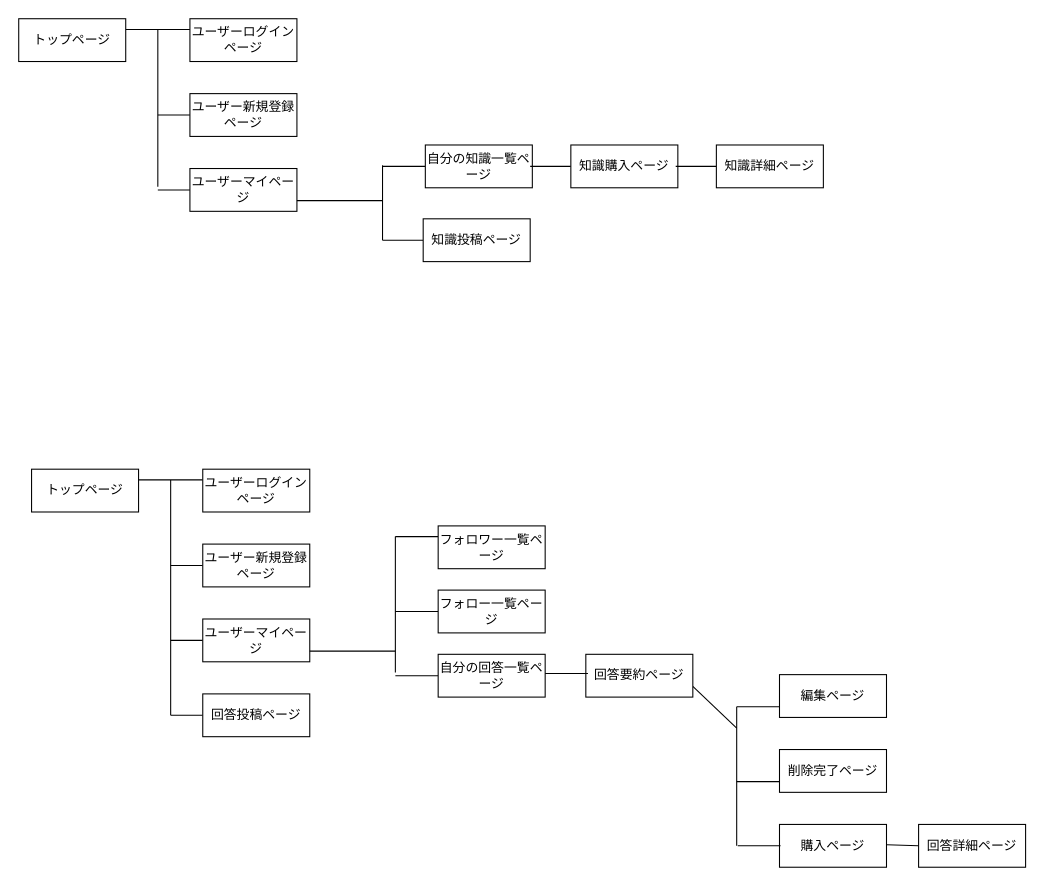
The draw.io diagram 画面遷移図.dio in kiyotech/originalapp38804, before the edit. Source tidied: cells renumbered, new cells numbered last; positions are measured from the earlier drawing's top-left corner, leaving out a move shared by most shapes. Both pictures are drawn from the tidied source at 107%, with x=0, y=0 at pixel (18, 18).
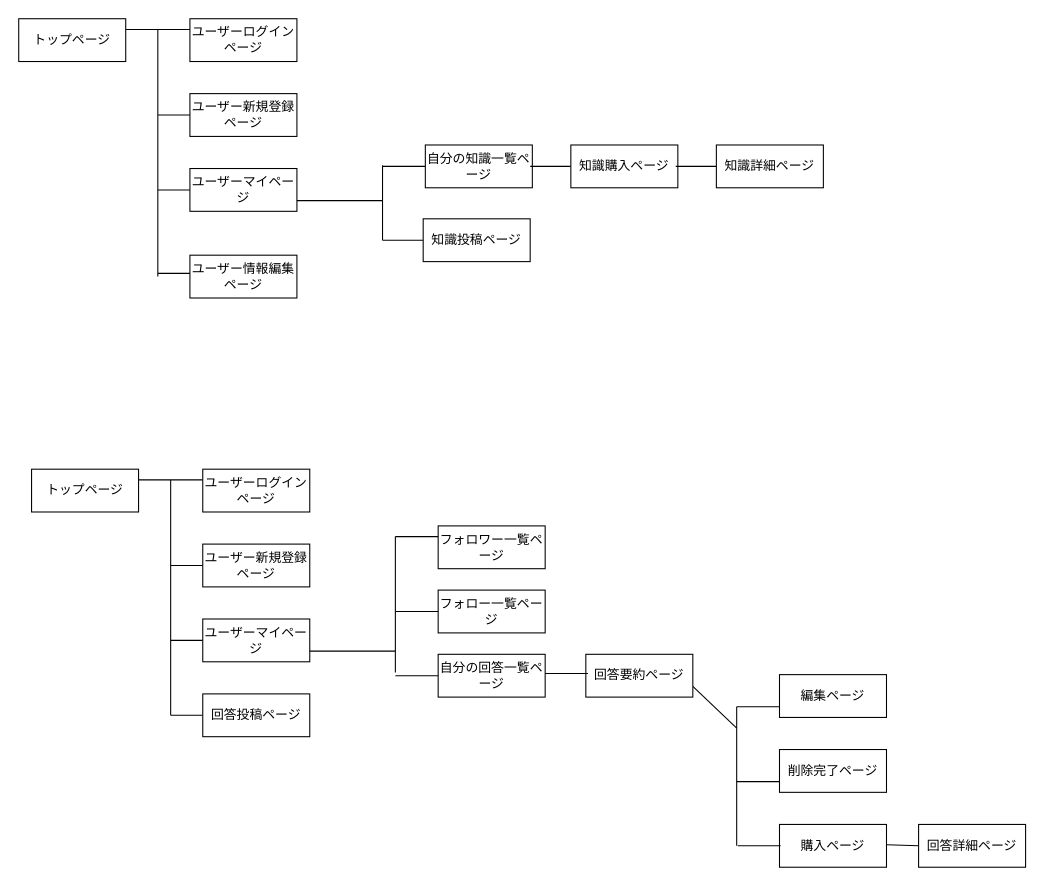
Above is the later version.

What changed in the source:
```diff
@@
     <mxCell id="44" style="endArrow=none;html=1;rounded=0;" parent="1" edge="1">
       <mxGeometry relative="1" as="geometry">
         <mxPoint x="130" y="10" as="sourcePoint" />
-        <mxPoint x="130" y="157" as="targetPoint" />
+        <mxPoint x="130" y="241" as="targetPoint" />
       </mxGeometry>
     </mxCell>
@@
+    <mxCell id="50" value="ユーザー情報編集ページ" style="whiteSpace=wrap;html=1;align=center;" parent="1" vertex="1">
+      <mxGeometry x="160" y="221" width="100" height="40" as="geometry" />
+    </mxCell>
+    <mxCell id="51" style="edgeStyle=none;html=1;exitX=0;exitY=0.5;exitDx=0;exitDy=0;endArrow=none;endFill=0;" parent="1" edge="1">
+      <mxGeometry relative="1" as="geometry">
+        <mxPoint x="160" y="238" as="sourcePoint" />
+        <mxPoint x="130" y="238" as="targetPoint" />
+      </mxGeometry>
+    </mxCell>
```
